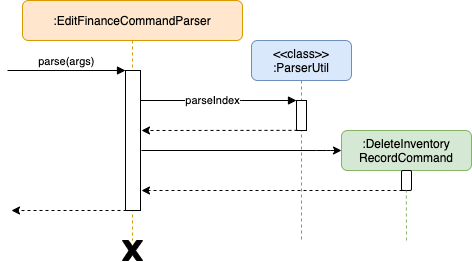
Earlier version of the draw.io export docs/images/DeleteInventoryRecordSequenceDiagram.png (nus-cs2103-AY2021S1/tp). Source tidied: cells renumbered, new cells last; positions are measured from the earlier drawing's top-left corner, leaving out a move shared by most shapes. Its diagram source:
```xml
<mxGraphModel background="#ffffff">
  <root>
    <mxCell id="0" />
    <mxCell id="1" parent="0" />
    <mxCell id="2" value=":EditFinanceCommandParser" style="shape=umlLifeline;perimeter=lifelinePerimeter;rounded=1;shadow=0;strokeWidth=1;fillColor=#ffe6cc;strokeColor=#d79b00;" parent="1" vertex="1">
      <mxGeometry x="15" width="220" height="240" as="geometry" />
    </mxCell>
    <mxCell id="3" style="points=[];perimeter=orthogonalPerimeter;rounded=0;shadow=0;strokeWidth=1;" parent="2" vertex="1">
      <mxGeometry x="103" y="70" width="15" height="140" as="geometry" />
    </mxCell>
    <mxCell id="4" value="parse(args)" style="verticalAlign=bottom;startArrow=none;endArrow=block;startSize=8;shadow=0;strokeWidth=1;startFill=0;" parent="2" edge="1" target="3">
      <mxGeometry relative="1" as="geometry">
        <mxPoint x="-15" y="70" as="sourcePoint" />
      </mxGeometry>
    </mxCell>
    <mxCell id="5" value="&lt;&lt;class&gt;&gt;&#10;:ParserUtil" style="shape=umlLifeline;perimeter=lifelinePerimeter;rounded=1;shadow=0;strokeWidth=1;size=40;fillColor=#dae8fc;strokeColor=#6c8ebf;" parent="1" vertex="1">
      <mxGeometry x="244" y="40" width="100" height="200" as="geometry" />
    </mxCell>
    <mxCell id="6" style="points=[];perimeter=orthogonalPerimeter;rounded=0;shadow=0;strokeWidth=1;" parent="5" vertex="1">
      <mxGeometry x="45" y="60" width="10" height="30" as="geometry" />
    </mxCell>
    <mxCell id="7" style="verticalAlign=bottom;endArrow=block;shadow=0;strokeWidth=1;" parent="1" edge="1" source="3" target="6">
      <mxGeometry relative="1" as="geometry">
        <Array as="points">
          <mxPoint x="224" y="100" />
        </Array>
      </mxGeometry>
    </mxCell>
    <mxCell id="8" value="parseIndex" style="edgeLabel;html=1;align=center;verticalAlign=middle;" parent="7" vertex="1">
      <mxGeometry x="0.16" y="-19" relative="1" as="geometry">
        <mxPoint x="-19" y="-19" as="offset" />
      </mxGeometry>
    </mxCell>
    <mxCell id="9" style="endArrow=classic;html=1;dashed=1;exitX=0.1;exitY=0.995;exitDx=0;exitDy=0;exitPerimeter=0;" parent="1" edge="1" source="6">
      <mxGeometry relative="1" as="geometry">
        <mxPoint x="134" y="130" as="targetPoint" />
      </mxGeometry>
    </mxCell>
    <mxCell id="10" value=":DeleteInventory&lt;br&gt;RecordCommand" style="rounded=1;whiteSpace=wrap;html=1;strokeColor=#82b366;fillColor=#d5e8d4;" parent="1" vertex="1">
      <mxGeometry x="334" y="130" width="130" height="40" as="geometry" />
    </mxCell>
    <mxCell id="11" style="html=1;points=[];perimeter=orthogonalPerimeter;rounded=1;strokeColor=#000000;gradientColor=none;" parent="1" vertex="1">
      <mxGeometry x="394" y="170" width="10" height="20" as="geometry" />
    </mxCell>
    <mxCell id="12" style="endArrow=classic;html=1;entryX=0;entryY=0.5;entryDx=0;entryDy=0;" parent="1" edge="1" target="10">
      <mxGeometry relative="1" as="geometry">
        <mxPoint x="134" y="150" as="sourcePoint" />
        <Array as="points">
          <mxPoint x="318.8" y="150" />
        </Array>
      </mxGeometry>
    </mxCell>
    <mxCell id="13" style="endArrow=classic;html=1;dashed=1;" parent="1" edge="1">
      <mxGeometry relative="1" as="geometry">
        <mxPoint x="395" y="190" as="sourcePoint" />
        <mxPoint x="134" y="190" as="targetPoint" />
      </mxGeometry>
    </mxCell>
    <mxCell id="14" style="endArrow=none;dashed=1;html=1;strokeColor=#82b366;entryX=0.48;entryY=1.01;entryDx=0;entryDy=0;entryPerimeter=0;fillColor=#d5e8d4;" parent="1" edge="1" target="11">
      <mxGeometry relative="1" as="geometry">
        <mxPoint x="399" y="240" as="sourcePoint" />
      </mxGeometry>
    </mxCell>
    <mxCell id="15" style="verticalLabelPosition=bottom;verticalAlign=top;html=1;shape=mxgraph.basic.x;rounded=1;strokeColor=#000000;gradientColor=none;fillColor=#000000;" parent="1" vertex="1">
      <mxGeometry x="115" y="240" width="20" height="20" as="geometry" />
    </mxCell>
    <mxCell id="16" style="endArrow=classic;html=1;dashed=1;" parent="1" edge="1">
      <mxGeometry relative="1" as="geometry">
        <mxPoint x="125" y="210" as="sourcePoint" />
        <mxPoint x="4" y="210" as="targetPoint" />
      </mxGeometry>
    </mxCell>
  </root>
</mxGraphModel>
```
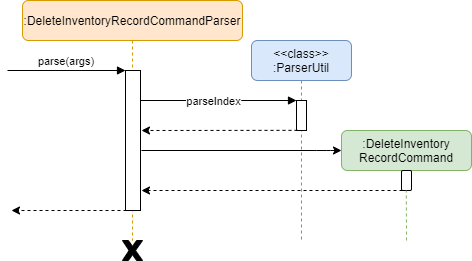
Above is the later version.

What changed in the source:
```diff
@@ -1,14 +1,14 @@
-<mxGraphModel background="#ffffff">
+<mxGraphModel>
   <root>
     <mxCell id="0" />
     <mxCell id="1" parent="0" />
-    <mxCell id="2" value=":EditFinanceCommandParser" style="shape=umlLifeline;perimeter=lifelinePerimeter;rounded=1;shadow=0;strokeWidth=1;fillColor=#ffe6cc;strokeColor=#d79b00;" parent="1" vertex="1">
-      <mxGeometry x="15" width="220" height="240" as="geometry" />
-    </mxCell>
+    <mxCell id="17" value=":DeleteInventoryRecordCommandParser" style="shape=umlLifeline;perimeter=lifelinePerimeter;rounded=1;shadow=0;strokeWidth=1;fillColor=#ffe6cc;strokeColor=#d79b00;" parent="1" vertex="1">
+      <mxGeometry x="15" width="220" height="240" as="geometry" />
+    </mxCell>
-    <mxCell id="3" style="points=[];perimeter=orthogonalPerimeter;rounded=0;shadow=0;strokeWidth=1;" parent="2" vertex="1">
+    <mxCell id="3" style="points=[];perimeter=orthogonalPerimeter;rounded=0;shadow=0;strokeWidth=1;" parent="17" vertex="1">
       <mxGeometry x="103" y="70" width="15" height="140" as="geometry" />
     </mxCell>
-    <mxCell id="4" value="parse(args)" style="verticalAlign=bottom;startArrow=none;endArrow=block;startSize=8;shadow=0;strokeWidth=1;startFill=0;" parent="2" edge="1" target="3">
+    <mxCell id="4" value="parse(args)" style="verticalAlign=bottom;startArrow=none;endArrow=block;startSize=8;shadow=0;strokeWidth=1;startFill=0;" parent="17" edge="1" target="3">
       <mxGeometry relative="1" as="geometry">
         <mxPoint x="-15" y="70" as="sourcePoint" />
       </mxGeometry>
@@ -31,44 +31,44 @@
         <mxPoint x="-19" y="-19" as="offset" />
       </mxGeometry>
     </mxCell>
-    <mxCell id="9" style="endArrow=classic;html=1;dashed=1;exitX=0.1;exitY=0.995;exitDx=0;exitDy=0;exitPerimeter=0;" parent="1" edge="1" source="6">
-      <mxGeometry relative="1" as="geometry">
-        <mxPoint x="134" y="130" as="targetPoint" />
-      </mxGeometry>
-    </mxCell>
+    <mxCell id="18" style="endArrow=classic;html=1;dashed=1;exitX=0.1;exitY=0.995;exitDx=0;exitDy=0;exitPerimeter=0;" parent="1" edge="1" source="6">
+      <mxGeometry relative="1" as="geometry">
+        <mxPoint x="134" y="130" as="targetPoint" />
+      </mxGeometry>
+    </mxCell>
     <mxCell id="10" value=":DeleteInventory&lt;br&gt;RecordCommand" style="rounded=1;whiteSpace=wrap;html=1;strokeColor=#82b366;fillColor=#d5e8d4;" parent="1" vertex="1">
       <mxGeometry x="334" y="130" width="130" height="40" as="geometry" />
     </mxCell>
     <mxCell id="11" style="html=1;points=[];perimeter=orthogonalPerimeter;rounded=1;strokeColor=#000000;gradientColor=none;" parent="1" vertex="1">
       <mxGeometry x="394" y="170" width="10" height="20" as="geometry" />
     </mxCell>
-    <mxCell id="12" style="endArrow=classic;html=1;entryX=0;entryY=0.5;entryDx=0;entryDy=0;" parent="1" edge="1" target="10">
-      <mxGeometry relative="1" as="geometry">
-        <mxPoint x="134" y="150" as="sourcePoint" />
-        <Array as="points">
-          <mxPoint x="318.8" y="150" />
-        </Array>
-      </mxGeometry>
-    </mxCell>
-    <mxCell id="13" style="endArrow=classic;html=1;dashed=1;" parent="1" edge="1">
-      <mxGeometry relative="1" as="geometry">
-        <mxPoint x="395" y="190" as="sourcePoint" />
-        <mxPoint x="134" y="190" as="targetPoint" />
-      </mxGeometry>
-    </mxCell>
-    <mxCell id="14" style="endArrow=none;dashed=1;html=1;strokeColor=#82b366;entryX=0.48;entryY=1.01;entryDx=0;entryDy=0;entryPerimeter=0;fillColor=#d5e8d4;" parent="1" edge="1" target="11">
-      <mxGeometry relative="1" as="geometry">
-        <mxPoint x="399" y="240" as="sourcePoint" />
-      </mxGeometry>
-    </mxCell>
+    <mxCell id="19" style="endArrow=classic;html=1;entryX=0;entryY=0.5;entryDx=0;entryDy=0;" parent="1" edge="1" target="10">
+      <mxGeometry relative="1" as="geometry">
+        <mxPoint x="134" y="150" as="sourcePoint" />
+        <Array as="points">
+          <mxPoint x="318.8" y="150" />
+        </Array>
+      </mxGeometry>
+    </mxCell>
+    <mxCell id="20" style="endArrow=classic;html=1;dashed=1;" parent="1" edge="1">
+      <mxGeometry relative="1" as="geometry">
+        <mxPoint x="395" y="190" as="sourcePoint" />
+        <mxPoint x="134" y="190" as="targetPoint" />
+      </mxGeometry>
+    </mxCell>
+    <mxCell id="21" style="endArrow=none;dashed=1;html=1;strokeColor=#82b366;entryX=0.48;entryY=1.01;entryDx=0;entryDy=0;entryPerimeter=0;fillColor=#d5e8d4;" parent="1" edge="1" target="11">
+      <mxGeometry relative="1" as="geometry">
+        <mxPoint x="399" y="240" as="sourcePoint" />
+      </mxGeometry>
+    </mxCell>
     <mxCell id="15" style="verticalLabelPosition=bottom;verticalAlign=top;html=1;shape=mxgraph.basic.x;rounded=1;strokeColor=#000000;gradientColor=none;fillColor=#000000;" parent="1" vertex="1">
       <mxGeometry x="115" y="240" width="20" height="20" as="geometry" />
     </mxCell>
-    <mxCell id="16" style="endArrow=classic;html=1;dashed=1;" parent="1" edge="1">
-      <mxGeometry relative="1" as="geometry">
-        <mxPoint x="125" y="210" as="sourcePoint" />
-        <mxPoint x="4" y="210" as="targetPoint" />
-      </mxGeometry>
-    </mxCell>
+    <mxCell id="22" style="endArrow=classic;html=1;dashed=1;" parent="1" edge="1">
+      <mxGeometry relative="1" as="geometry">
+        <mxPoint x="125" y="210" as="sourcePoint" />
+        <mxPoint x="4" y="210" as="targetPoint" />
+      </mxGeometry>
+    </mxCell>
   </root>
 </mxGraphModel>
```
